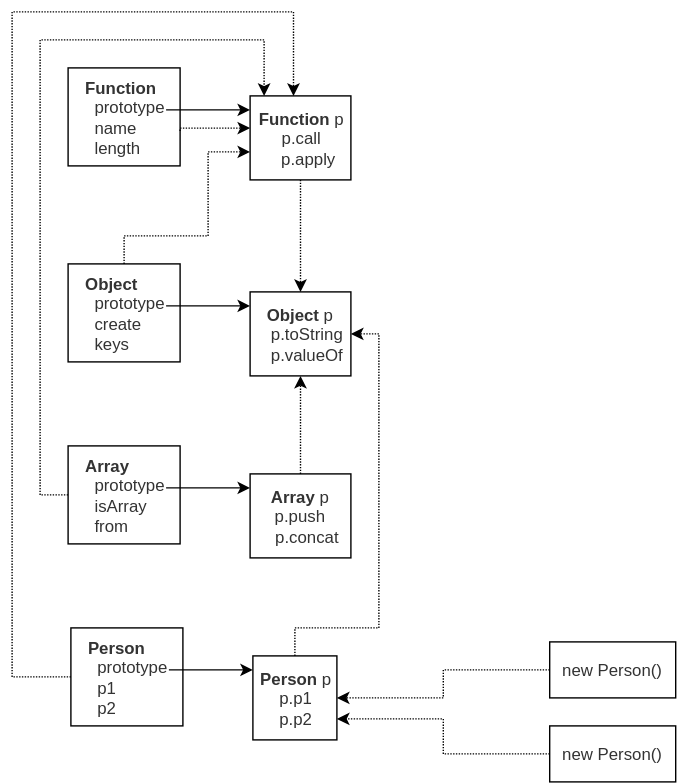
The draw.io diagram JavaScript-core.svg in wz-fork/blog, before a commit. Source tidied: cells renumbered, new cells last; positions are measured from the earlier drawing's top-left corner, leaving out a move shared by most shapes.
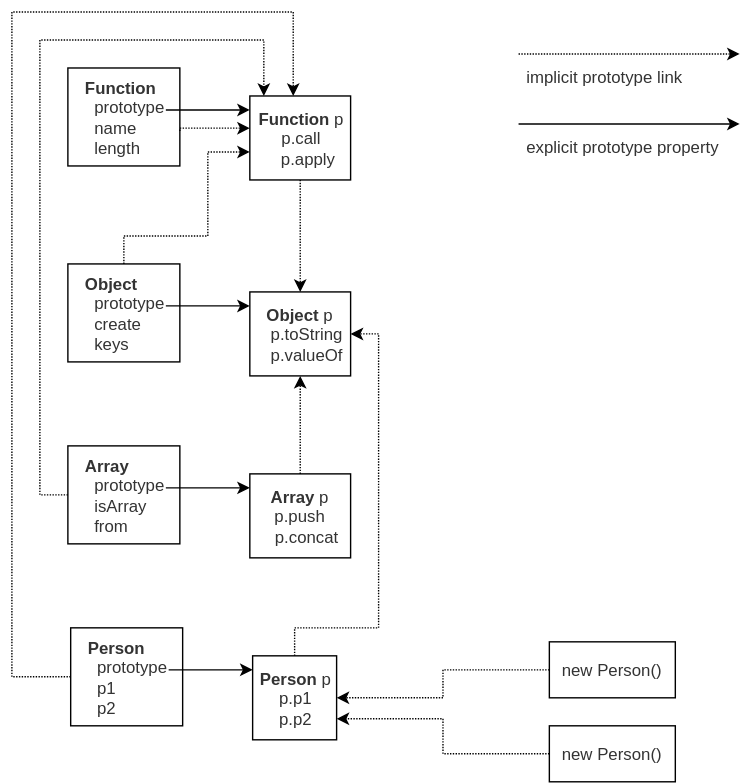
The same diagram one commit later.

What changed in the source:
```diff
@@ -128,5 +128,23 @@
     <mxCell id="24" value="&lt;b&gt;Array&amp;nbsp;&lt;/b&gt;p&lt;div&gt;p.push&lt;/div&gt;&lt;div&gt;&amp;nbsp; &amp;nbsp;p.concat&lt;/div&gt;" style="whiteSpace=wrap;html=1;labelBackgroundColor=#ffffff;strokeColor=#000000;fillColor=none;fontColor=#333333;" parent="1" vertex="1">
       <mxGeometry x="170" y="330" width="72" height="60" as="geometry" />
     </mxCell>
+    <mxCell id="25" style="endArrow=classic;html=1;shadow=0;dashed=1;dashPattern=1 1;strokeColor=#000000;fontColor=#333333;" parent="1" edge="1">
+      <mxGeometry relative="1" as="geometry">
+        <mxPoint x="362" y="30" as="sourcePoint" />
+        <mxPoint x="520" y="30" as="targetPoint" />
+      </mxGeometry>
+    </mxCell>
+    <mxCell id="26" value="implicit prototype link" style="text;html=1;align=left;verticalAlign=top;spacingTop=-4;fontColor=#333333;" parent="1" vertex="1">
+      <mxGeometry x="366" y="37" width="130" height="20" as="geometry" />
+    </mxCell>
+    <mxCell id="27" style="endArrow=classic;html=1;shadow=0;strokeColor=#000000;fontColor=#333333;" parent="1" edge="1">
+      <mxGeometry x="562" y="170" as="geometry">
+        <mxPoint x="362" y="80" as="sourcePoint" />
+        <mxPoint x="520" y="80" as="targetPoint" />
+      </mxGeometry>
+    </mxCell>
+    <mxCell id="28" value="explicit prototype property" style="text;html=1;align=left;verticalAlign=top;spacingTop=-4;fontColor=#333333;" parent="1" vertex="1">
+      <mxGeometry x="366" y="87" width="150" height="20" as="geometry" />
+    </mxCell>
   </root>
 </mxGraphModel>
```
